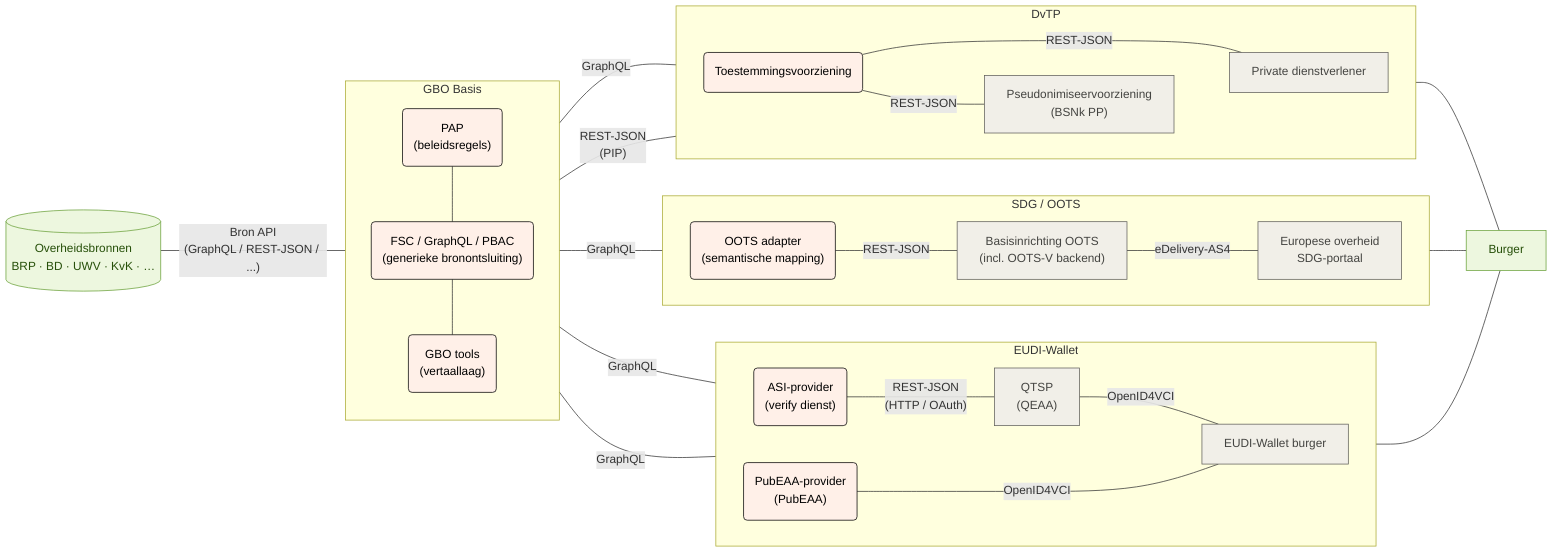
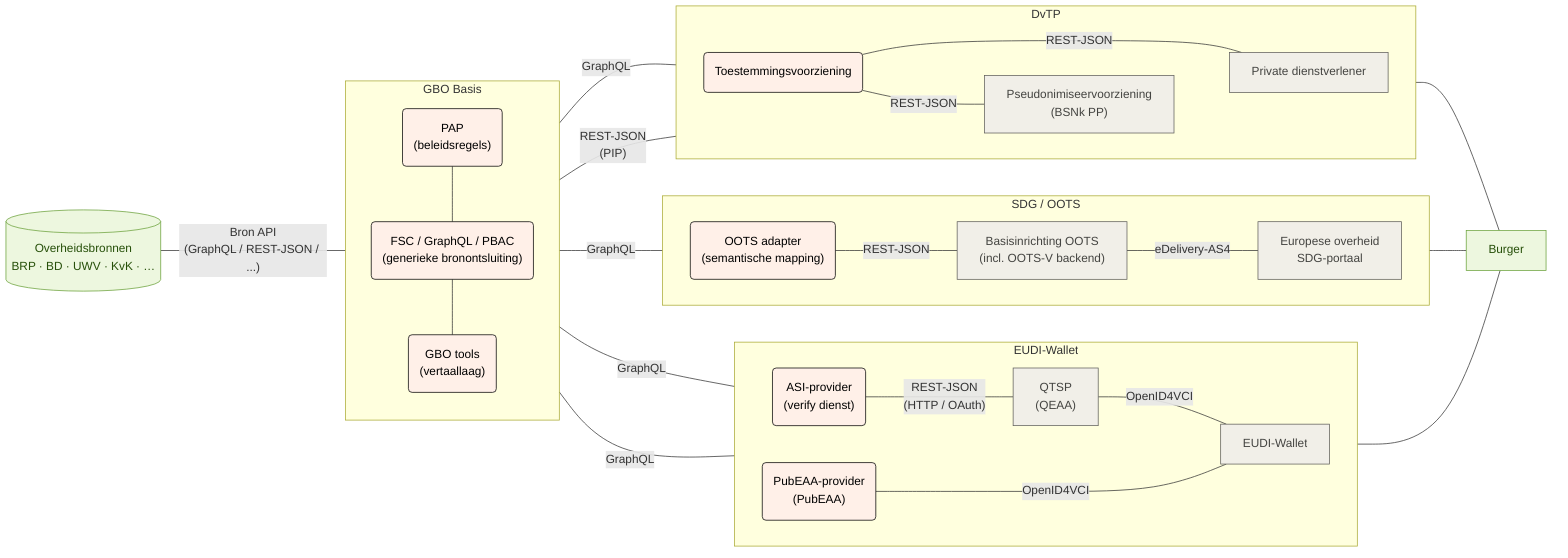
flowchart LR
  subgraph gbo["GBO Basis"]
    direction TB
        fsc_pap("PAP<br/>(beleidsregels)")
        fsc("FSC / GraphQL / PBAC<br/>(generieke bronontsluiting)")
        fsc_tools("GBO tools<br/>(vertaallaag)")
  end
  subgraph eudi["EUDI-Wallet"]
    direction LR
        eudi_asi("ASI-provider<br/>(verify dienst)")
        eudi_pubeaa("PubEAA-provider<br/>(PubEAA)")
        eudi_qeaa["QTSP<br/>(QEAA)"]
-         eudi_wallet["EUDI-Wallet burger"]
+         eudi_wallet["EUDI-Wallet"]
  end
  subgraph oots["SDG / OOTS"]
    direction LR
        oots_adapter("OOTS adapter<br/>(semantische mapping)")
        oots_basis["Basisinrichting OOTS<br/>(incl. OOTS-V backend)"]
        oots_afnemer["Europese overheid<br/>SDG-portaal"]
  end
  subgraph dvtp["DvTP"]
    direction LR
        dvtp_toestemming("Toestemmingsvoorziening")
        dvtp_pseudoniem["Pseudonimiseervoorziening<br/>(BSNk PP)"]
        dvtp_afnemer["Private dienstverlener"]
  end

  fsc_pap --- fsc
  fsc --- fsc_tools
  bron[("Overheidsbronnen<br/>BRP · BD · UWV · KvK · …")] -- Bron API<br/>(GraphQL / REST-JSON / ...) --- gbo
  eudi_asi -- REST-JSON<br/>(HTTP / OAuth) --- eudi_qeaa
  eudi_qeaa -- OpenID4VCI --- eudi_wallet
  gbo -- GraphQL --- eudi_asi & eudi_pubeaa & oots_adapter & dvtp_afnemer
  eudi_pubeaa -- OpenID4VCI ---- eudi_wallet
  oots_adapter -- REST-JSON --- oots_basis
  oots_basis -- eDelivery-AS4 --- oots_afnemer
  gbo -- REST-JSON<br/>(PIP) --- dvtp_toestemming
  dvtp_toestemming -- REST-JSON --- dvtp_afnemer
  dvtp_toestemming -- REST-JSON --- dvtp_pseudoniem
  dvtp_pseudoniem ~~~ dvtp_afnemer
  eudi_wallet --- burger["Burger"]
  oots_afnemer --- burger
  dvtp_afnemer --- burger

  fsc_pap:::gbo
  fsc:::gbo
  fsc_tools:::gbo
  eudi_asi:::gbo
  eudi_pubeaa:::gbo
  eudi_qeaa:::eudi
  eudi_wallet:::eudi
  oots_adapter:::gbo
  oots_basis:::oots
  oots_afnemer:::oots
  dvtp_toestemming:::gbo
  dvtp_pseudoniem:::dvtp
  dvtp_afnemer:::dvtp
  bron:::bron
  burger:::burger

  classDef bron fill:#edf7df,stroke:#6aa13a,color:#27500a
  classDef generiek fill:#f1efe8,stroke:#5f5e5a,color:#444441
  classDef eudi fill:#f1efe8,stroke:#5f5e5a,color:#444441
  classDef oots fill:#f1efe8,stroke:#5f5e5a,color:#444441
  classDef dvtp fill:#f1efe8,stroke:#5f5e5a,color:#444441
  classDef gbo fill:#fff0e8,stroke:#000000,color:#000000
  classDef burger fill:#edf7df,stroke:#6aa13a,color:#27500a
